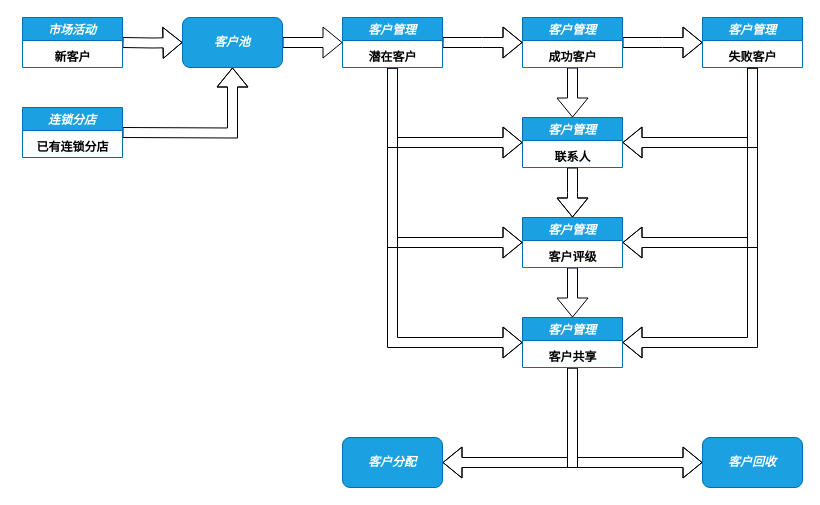
This is page "客户管理" (2 of 3) of Untitled Diagram.drawio from rosickyli/Oracle_function, a draw.io file, before an edit. Source tidied: cells renumbered, new cells numbered last; positions are measured from the earlier drawing's top-left corner, leaving out a move shared by most shapes. Both pictures are drawn from the tidied source at 100%, with x=0, y=0 at pixel (22, 17).
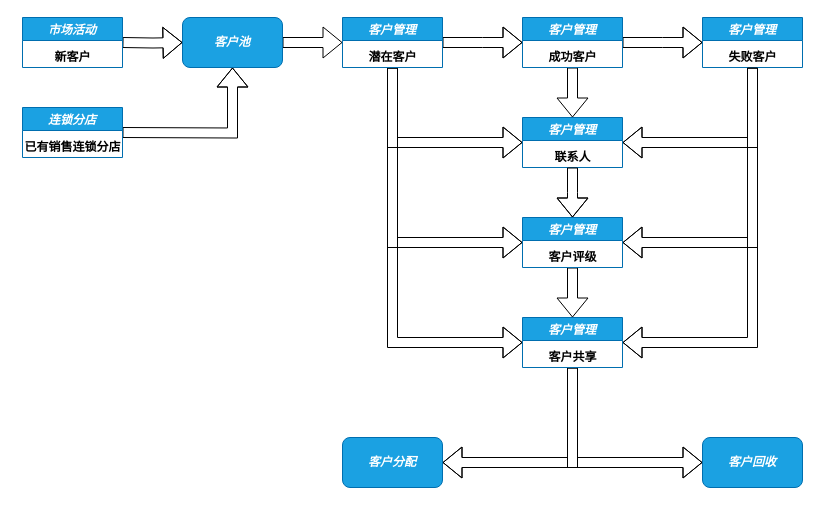
Above is the later version.

The change refers to these unchanged cells:
```xml
<mxCell id="33" value="连锁分店" style="swimlane;fontStyle=3;fillColor=#1ba1e2;strokeColor=#006EAF;fontColor=#ffffff;" parent="1" vertex="1">
  <mxGeometry y="90" width="100" height="50" as="geometry" />
</mxCell>
```

What changed in the source:
```diff
@@
-    <mxCell id="34" value="&lt;span style=&quot;font-weight: 700&quot;&gt;已有连锁分店&lt;/span&gt;" style="text;html=1;align=center;verticalAlign=middle;strokeColor=none;fillColor=none;" parent="33" vertex="1">
-      <mxGeometry x="5" y="30" width="90" height="20" as="geometry" />
+    <mxCell id="34" value="&lt;span style=&quot;font-weight: 700&quot;&gt;已有销售连锁分店&lt;/span&gt;" style="text;html=1;align=center;verticalAlign=middle;strokeColor=none;fillColor=none;" parent="33" vertex="1">
+      <mxGeometry x="-5" y="30" width="110" height="20" as="geometry" />
     </mxCell>
```
